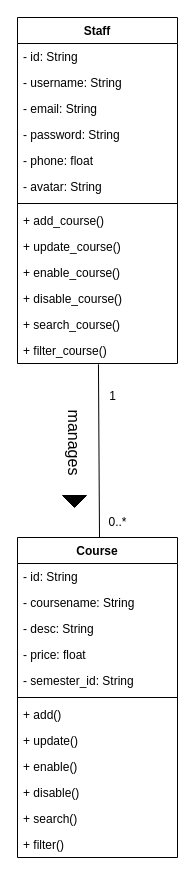
This is page "Course" (9 of 16) of Untitled Diagram.drawio from minhng-178/web-starter-projects, a draw.io file, before an edit. Source tidied: cells renumbered, new cells numbered last; positions are measured from the earlier drawing's top-left corner, leaving out a move shared by most shapes. Both pictures are drawn from the tidied source at 100%, with x=0, y=0 at pixel (17, 17).
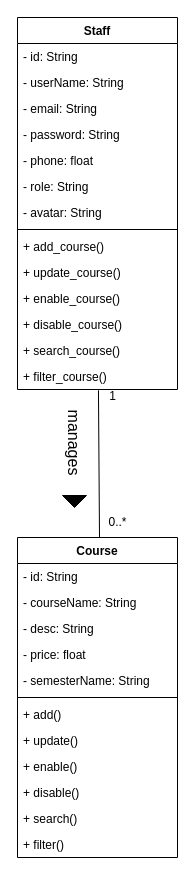
The same diagram, later.

Unchanged cells that the change refers to:
```xml
<mxCell id="21" value="Course" style="swimlane;fontStyle=1;align=center;verticalAlign=top;horizontal=1;startSize=26;whiteSpace=wrap;html=1;" parent="1" vertex="1">
  <mxGeometry y="520" width="160" height="320" as="geometry" />
</mxCell>
```

Change to the diagram source:
```diff
@@
     <mxCell id="2" value="Staff" style="swimlane;fontStyle=1;align=center;verticalAlign=top;horizontal=1;startSize=26;whiteSpace=wrap;html=1;" parent="1" vertex="1">
-      <mxGeometry width="160" height="346" as="geometry" />
+      <mxGeometry width="160" height="372" as="geometry" />
     </mxCell>
@@
-    <mxCell id="4" value="- username: String" style="text;strokeColor=none;fillColor=none;align=left;verticalAlign=top;spacingLeft=4;spacingRight=4;overflow=hidden;whiteSpace=wrap;html=1;" parent="2" vertex="1">
+    <mxCell id="4" value="- userName: String" style="text;strokeColor=none;fillColor=none;align=left;verticalAlign=top;spacingLeft=4;spacingRight=4;overflow=hidden;whiteSpace=wrap;html=1;" parent="2" vertex="1">
       <mxGeometry y="52" width="160" height="26" as="geometry" />
     </mxCell>
@@
+    <mxCell id="34" value="- role: String" style="text;strokeColor=none;fillColor=none;align=left;verticalAlign=top;spacingLeft=4;spacingRight=4;overflow=hidden;whiteSpace=wrap;html=1;" parent="2" vertex="1">
+      <mxGeometry y="156" width="160" height="26" as="geometry" />
+    </mxCell>
     <mxCell id="8" value="- avatar: String" style="text;strokeColor=none;fillColor=none;align=left;verticalAlign=top;spacingLeft=4;spacingRight=4;overflow=hidden;whiteSpace=wrap;html=1;" parent="2" vertex="1">
-      <mxGeometry y="156" width="160" height="26" as="geometry" />
+      <mxGeometry y="182" width="160" height="26" as="geometry" />
     </mxCell>
     <mxCell id="9" style="line;strokeWidth=1;fillColor=none;align=left;verticalAlign=middle;spacingTop=-1;spacingLeft=3;spacingRight=3;labelPosition=right;strokeColor=inherit;" parent="2" vertex="1">
-      <mxGeometry y="182" width="160" height="8" as="geometry" />
+      <mxGeometry y="208" width="160" height="8" as="geometry" />
     </mxCell>
     <mxCell id="10" value="+ add_course()" style="text;strokeColor=none;fillColor=none;align=left;verticalAlign=top;spacingLeft=4;spacingRight=4;overflow=hidden;whiteSpace=wrap;html=1;" parent="2" vertex="1">
-      <mxGeometry y="190" width="160" height="26" as="geometry" />
+      <mxGeometry y="216" width="160" height="26" as="geometry" />
     </mxCell>
     <mxCell id="11" value="+ update_course()" style="text;strokeColor=none;fillColor=none;align=left;verticalAlign=top;spacingLeft=4;spacingRight=4;overflow=hidden;whiteSpace=wrap;html=1;" parent="2" vertex="1">
-      <mxGeometry y="216" width="160" height="26" as="geometry" />
+      <mxGeometry y="242" width="160" height="26" as="geometry" />
     </mxCell>
     <mxCell id="12" value="+ enable_course()" style="text;strokeColor=none;fillColor=none;align=left;verticalAlign=top;spacingLeft=4;spacingRight=4;overflow=hidden;whiteSpace=wrap;html=1;" parent="2" vertex="1">
-      <mxGeometry y="242" width="160" height="26" as="geometry" />
+      <mxGeometry y="268" width="160" height="26" as="geometry" />
     </mxCell>
     <mxCell id="13" value="+ disable_course()" style="text;strokeColor=none;fillColor=none;align=left;verticalAlign=top;spacingLeft=4;spacingRight=4;overflow=hidden;whiteSpace=wrap;html=1;" parent="2" vertex="1">
-      <mxGeometry y="268" width="160" height="26" as="geometry" />
+      <mxGeometry y="294" width="160" height="26" as="geometry" />
     </mxCell>
     <mxCell id="14" value="+ search_course()" style="text;strokeColor=none;fillColor=none;align=left;verticalAlign=top;spacingLeft=4;spacingRight=4;overflow=hidden;whiteSpace=wrap;html=1;" parent="2" vertex="1">
-      <mxGeometry y="294" width="160" height="26" as="geometry" />
+      <mxGeometry y="320" width="160" height="26" as="geometry" />
     </mxCell>
     <mxCell id="15" value="+ filter_course()" style="text;strokeColor=none;fillColor=none;align=left;verticalAlign=top;spacingLeft=4;spacingRight=4;overflow=hidden;points=[[0,0.5],[1,0.5]];portConstraint=eastwest;whiteSpace=wrap;html=1;" parent="2" vertex="1">
-      <mxGeometry y="320" width="160" height="26" as="geometry" />
+      <mxGeometry y="346" width="160" height="26" as="geometry" />
     </mxCell>
@@
-    <mxCell id="23" value="- coursename: String" style="text;strokeColor=none;fillColor=none;align=left;verticalAlign=top;spacingLeft=4;spacingRight=4;overflow=hidden;whiteSpace=wrap;html=1;" parent="21" vertex="1">
+    <mxCell id="23" value="- courseName: String" style="text;strokeColor=none;fillColor=none;align=left;verticalAlign=top;spacingLeft=4;spacingRight=4;overflow=hidden;whiteSpace=wrap;html=1;" parent="21" vertex="1">
       <mxGeometry y="52" width="160" height="26" as="geometry" />
     </mxCell>
@@
-    <mxCell id="26" value="- semester_id: String" style="text;strokeColor=none;fillColor=none;align=left;verticalAlign=top;spacingLeft=4;spacingRight=4;overflow=hidden;whiteSpace=wrap;html=1;" parent="21" vertex="1">
+    <mxCell id="26" value="- semesterName: String" style="text;strokeColor=none;fillColor=none;align=left;verticalAlign=top;spacingLeft=4;spacingRight=4;overflow=hidden;whiteSpace=wrap;html=1;" parent="21" vertex="1">
       <mxGeometry y="130" width="160" height="26" as="geometry" />
     </mxCell>
```
